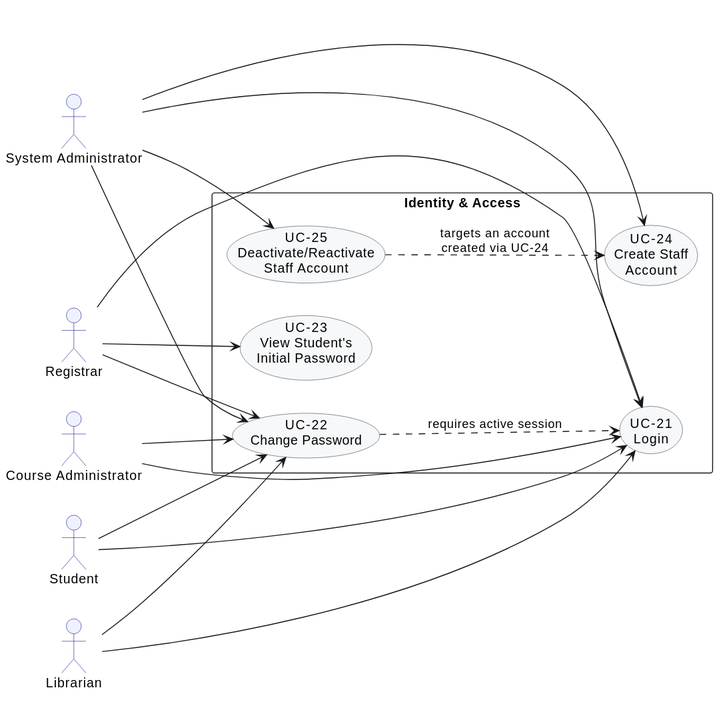
Before: docs/BA-docs/use-case-diagram-assets/07-identity-access.svg, a diagram exported from PlantUML (phuchoang2005/Student-Management-System).
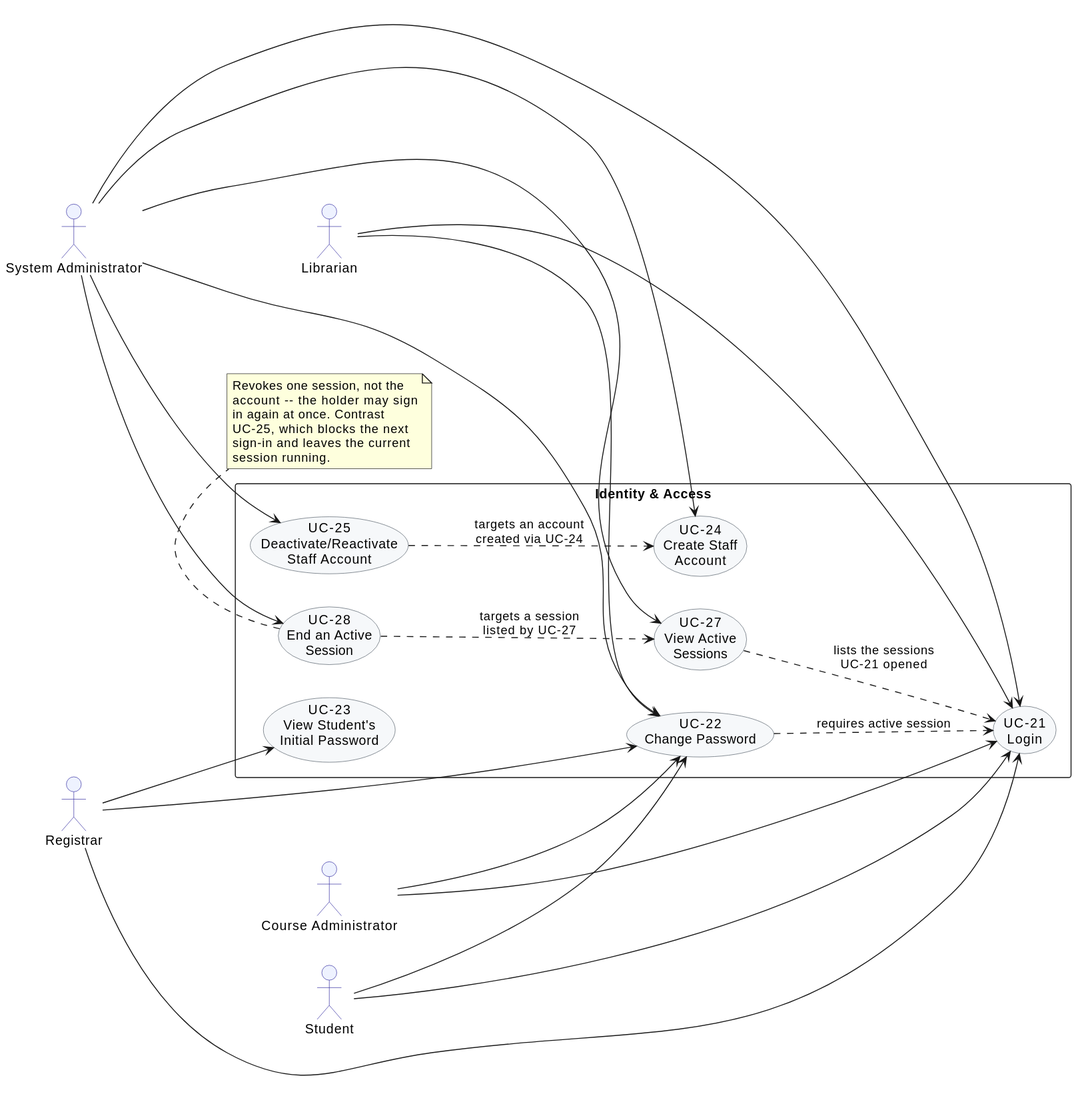
Later version of the same file.

Change to the diagram source:
```diff
@@ -24,6 +24,8 @@
   usecase "UC-21\nLogin" as UC21
   usecase "UC-24\nCreate Staff\nAccount" as UC24
   usecase "UC-25\nDeactivate/Reactivate\nStaff Account" as UC25
+  usecase "UC-27\nView Active\nSessions" as UC27
+  usecase "UC-28\nEnd an Active\nSession" as UC28
 }
 
 Registrar --> UC21
@@ -39,7 +41,20 @@
 SysAdmin --> UC22
 SysAdmin --> UC24
 SysAdmin --> UC25
+SysAdmin --> UC27
+SysAdmin --> UC28
 
 UC22 ..> UC21 : requires active session
 UC25 ..> UC24 : targets an account\ncreated via UC-24
+UC28 ..> UC27 : targets a session\nlisted by UC-27
+UC27 ..> UC21 : lists the sessions\nUC-21 opened
+
+note bottom of UC28
+  Revokes one session, not the
+  account -- the holder may sign
+  in again at once. Contrast
+  UC-25, which blocks the next
+  sign-in and leaves the current
+  session running.
+end note
 @enduml
```
